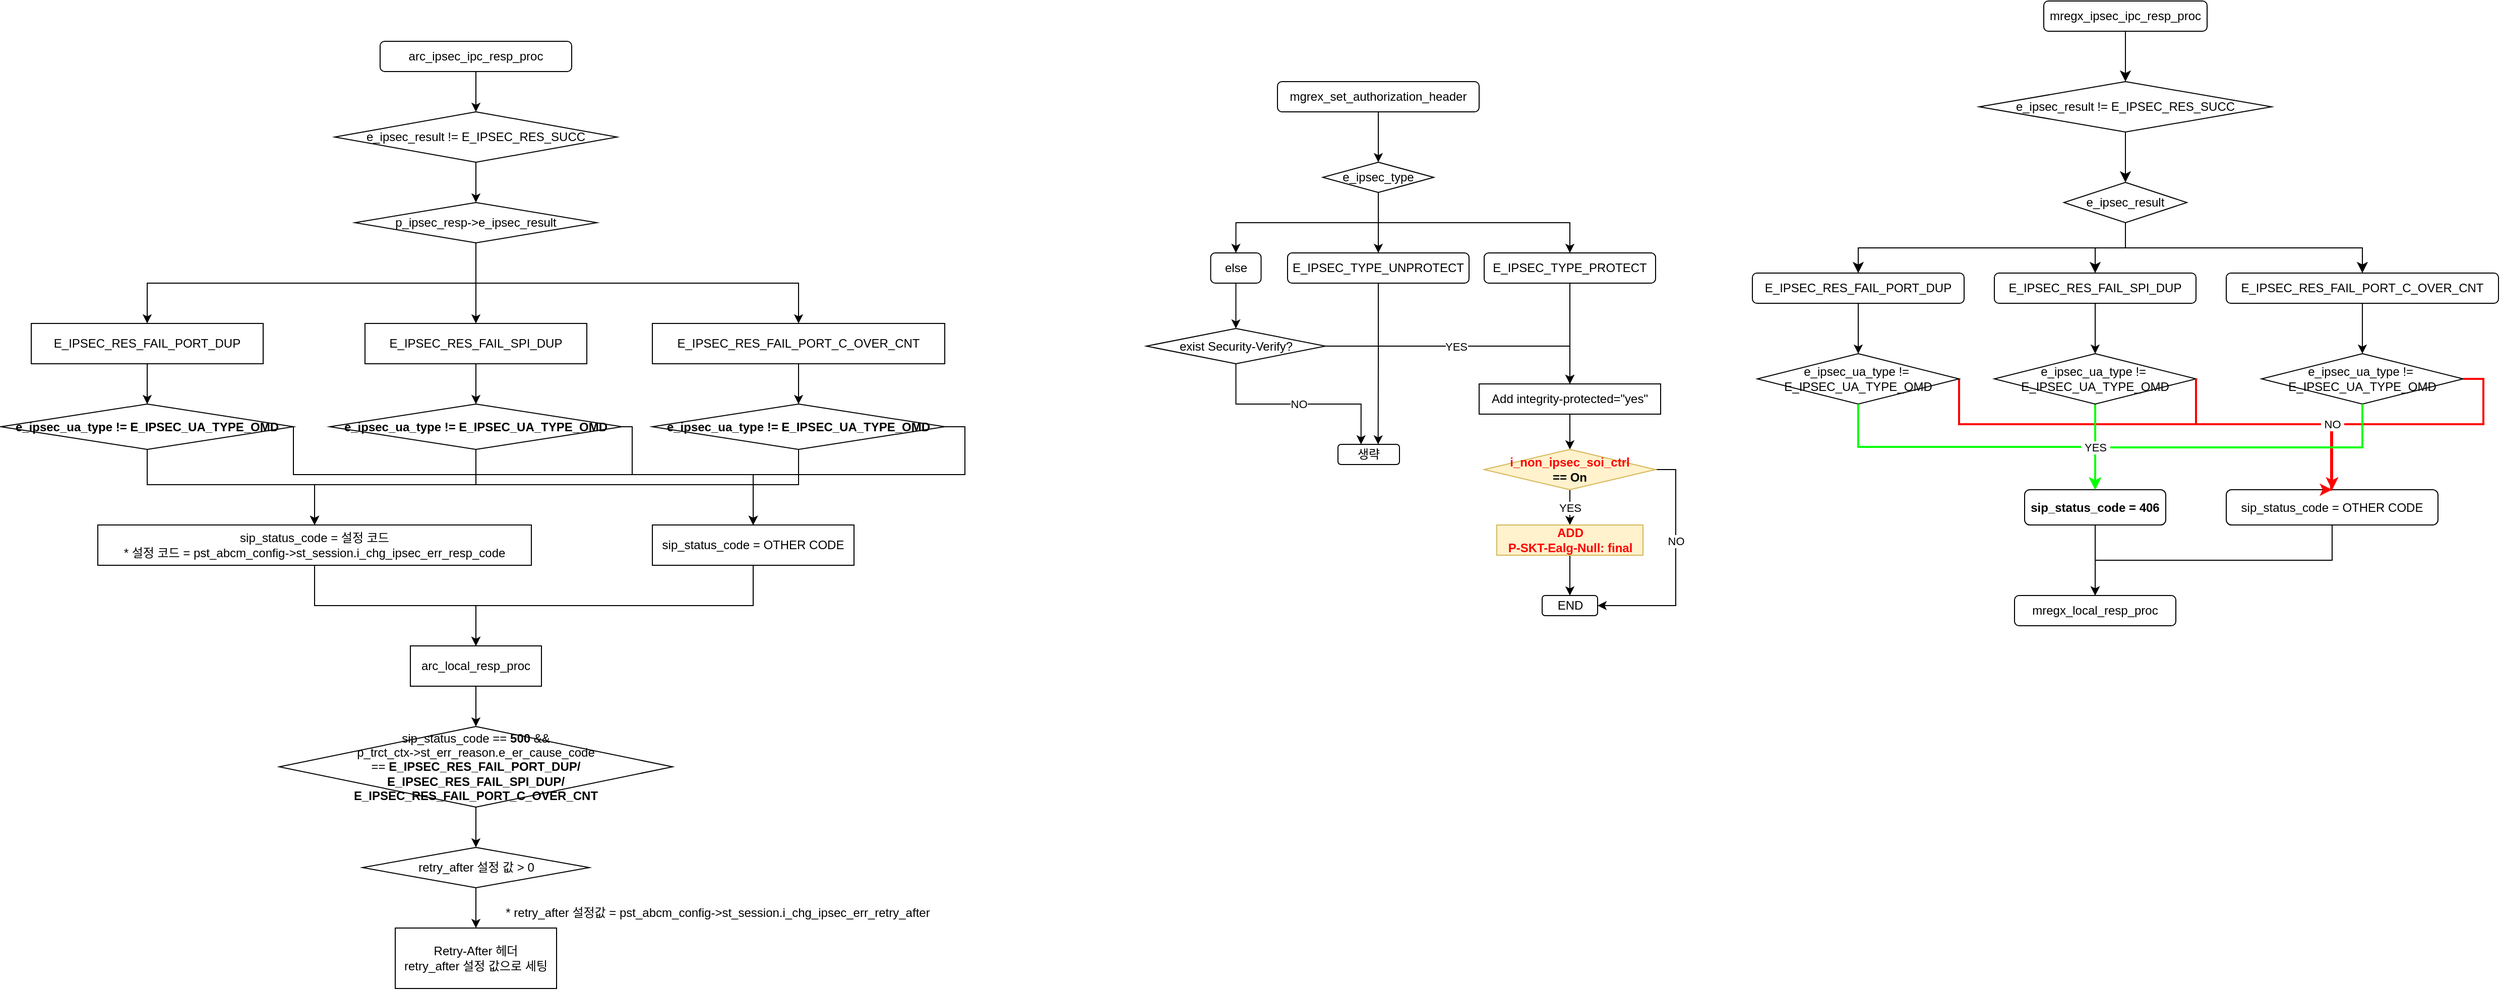
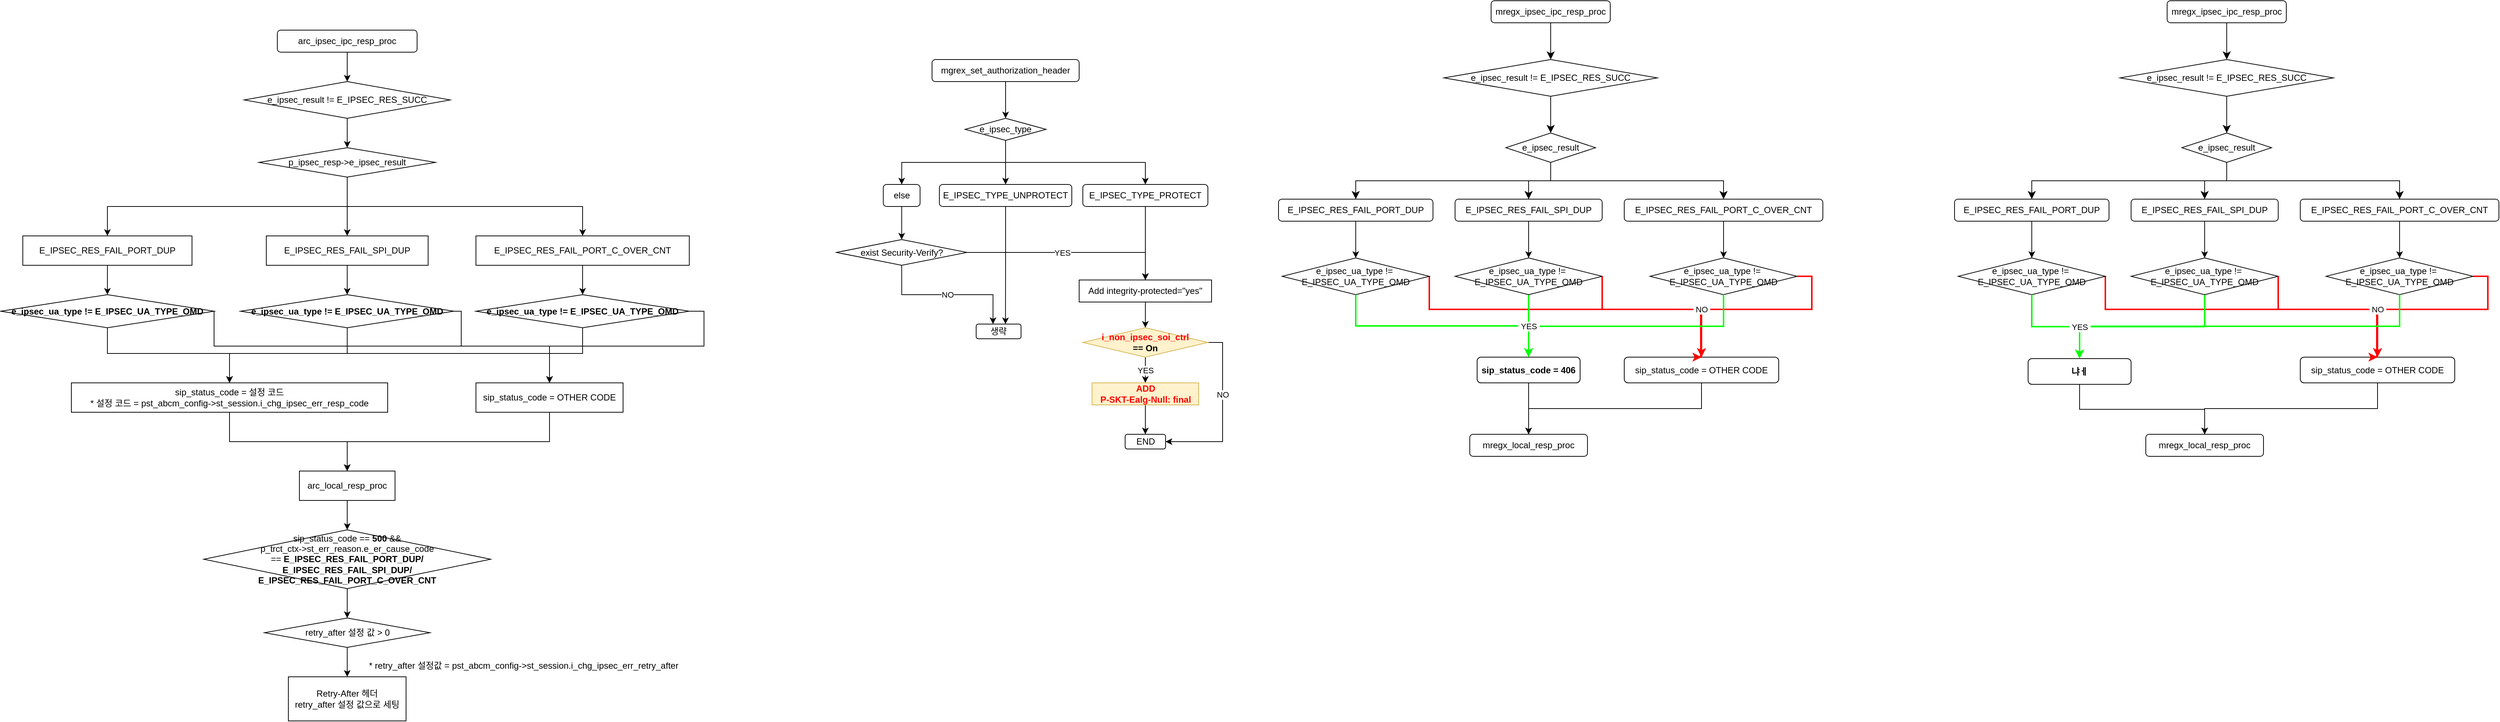
<mxfile host="app.diagrams.net">
  <diagram name="페이지-1" id="m8fQX8wD3sIqdr1Rjxz5">
    <mxGraphModel dx="2315" dy="782" grid="1" gridSize="10" guides="1" tooltips="1" connect="1" arrows="1" fold="1" page="1" pageScale="1" pageWidth="827" pageHeight="1169" math="0" shadow="0">
      <root>
        <mxCell id="0" />
        <mxCell id="1" parent="0" />
        <mxCell id="ojS5_yHJFsPbv8XDm5Tb-1" edge="1" parent="1" source="ojS5_yHJFsPbv8XDm5Tb-2" style="edgeStyle=orthogonalEdgeStyle;rounded=0;orthogonalLoop=1;jettySize=auto;html=1;exitX=0.5;exitY=1;exitDx=0;exitDy=0;entryX=0.5;entryY=0;entryDx=0;entryDy=0;labelBackgroundColor=none;fontColor=default;" target="ojS5_yHJFsPbv8XDm5Tb-4">
          <mxGeometry relative="1" as="geometry" />
        </mxCell>
        <mxCell id="ojS5_yHJFsPbv8XDm5Tb-2" parent="1" style="rounded=1;whiteSpace=wrap;html=1;labelBackgroundColor=none;" value="arc_ipsec_ipc_resp_proc" vertex="1">
          <mxGeometry height="30" width="190" x="350" y="120" as="geometry" />
        </mxCell>
        <mxCell id="ojS5_yHJFsPbv8XDm5Tb-3" edge="1" parent="1" source="ojS5_yHJFsPbv8XDm5Tb-4" style="edgeStyle=orthogonalEdgeStyle;rounded=0;orthogonalLoop=1;jettySize=auto;html=1;exitX=0.5;exitY=1;exitDx=0;exitDy=0;entryX=0.5;entryY=0;entryDx=0;entryDy=0;labelBackgroundColor=none;fontColor=default;" target="ojS5_yHJFsPbv8XDm5Tb-8">
          <mxGeometry relative="1" as="geometry" />
        </mxCell>
        <mxCell id="ojS5_yHJFsPbv8XDm5Tb-4" parent="1" style="rhombus;whiteSpace=wrap;html=1;labelBackgroundColor=none;" value="e_ipsec_result != E_IPSEC_RES_SUCC" vertex="1">
          <mxGeometry height="50" width="280" x="305" y="190" as="geometry" />
        </mxCell>
        <mxCell id="ojS5_yHJFsPbv8XDm5Tb-5" edge="1" parent="1" source="ojS5_yHJFsPbv8XDm5Tb-8" style="edgeStyle=orthogonalEdgeStyle;rounded=0;orthogonalLoop=1;jettySize=auto;html=1;exitX=0.5;exitY=1;exitDx=0;exitDy=0;entryX=0.5;entryY=0;entryDx=0;entryDy=0;labelBackgroundColor=none;fontColor=default;" target="ojS5_yHJFsPbv8XDm5Tb-10">
          <mxGeometry relative="1" as="geometry" />
        </mxCell>
        <mxCell id="ojS5_yHJFsPbv8XDm5Tb-6" edge="1" parent="1" source="ojS5_yHJFsPbv8XDm5Tb-8" style="edgeStyle=orthogonalEdgeStyle;rounded=0;orthogonalLoop=1;jettySize=auto;html=1;exitX=0.5;exitY=1;exitDx=0;exitDy=0;entryX=0.5;entryY=0;entryDx=0;entryDy=0;labelBackgroundColor=none;fontColor=default;" target="ojS5_yHJFsPbv8XDm5Tb-12">
          <mxGeometry relative="1" as="geometry" />
        </mxCell>
        <mxCell id="ojS5_yHJFsPbv8XDm5Tb-7" edge="1" parent="1" source="ojS5_yHJFsPbv8XDm5Tb-8" style="edgeStyle=orthogonalEdgeStyle;rounded=0;orthogonalLoop=1;jettySize=auto;html=1;exitX=0.5;exitY=1;exitDx=0;exitDy=0;entryX=0.5;entryY=0;entryDx=0;entryDy=0;labelBackgroundColor=none;fontColor=default;" target="ojS5_yHJFsPbv8XDm5Tb-14">
          <mxGeometry relative="1" as="geometry" />
        </mxCell>
        <mxCell id="ojS5_yHJFsPbv8XDm5Tb-8" parent="1" style="rhombus;whiteSpace=wrap;html=1;labelBackgroundColor=none;" value="p_ipsec_resp-&amp;gt;e_ipsec_result" vertex="1">
          <mxGeometry height="40" width="240" x="325" y="280" as="geometry" />
        </mxCell>
        <mxCell id="ojS5_yHJFsPbv8XDm5Tb-9" edge="1" parent="1" source="ojS5_yHJFsPbv8XDm5Tb-10" style="edgeStyle=orthogonalEdgeStyle;rounded=0;orthogonalLoop=1;jettySize=auto;html=1;exitX=0.5;exitY=1;exitDx=0;exitDy=0;entryX=0.5;entryY=0;entryDx=0;entryDy=0;labelBackgroundColor=none;fontColor=default;" target="ojS5_yHJFsPbv8XDm5Tb-17">
          <mxGeometry relative="1" as="geometry" />
        </mxCell>
        <mxCell id="ojS5_yHJFsPbv8XDm5Tb-10" parent="1" style="rounded=0;whiteSpace=wrap;html=1;labelBackgroundColor=none;" value="E_IPSEC_RES_FAIL_PORT_DUP" vertex="1">
          <mxGeometry height="40" width="230" x="4" y="400" as="geometry" />
        </mxCell>
        <mxCell id="ojS5_yHJFsPbv8XDm5Tb-11" edge="1" parent="1" source="ojS5_yHJFsPbv8XDm5Tb-12" style="edgeStyle=orthogonalEdgeStyle;rounded=0;orthogonalLoop=1;jettySize=auto;html=1;exitX=0.5;exitY=1;exitDx=0;exitDy=0;entryX=0.5;entryY=0;entryDx=0;entryDy=0;labelBackgroundColor=none;fontColor=default;" target="ojS5_yHJFsPbv8XDm5Tb-20">
          <mxGeometry relative="1" as="geometry" />
        </mxCell>
        <mxCell id="ojS5_yHJFsPbv8XDm5Tb-12" parent="1" style="rounded=0;whiteSpace=wrap;html=1;labelBackgroundColor=none;" value="E_IPSEC_RES_FAIL_SPI_DUP" vertex="1">
          <mxGeometry height="40" width="220" x="335" y="400" as="geometry" />
        </mxCell>
        <mxCell id="ojS5_yHJFsPbv8XDm5Tb-13" edge="1" parent="1" source="ojS5_yHJFsPbv8XDm5Tb-14" style="edgeStyle=orthogonalEdgeStyle;rounded=0;orthogonalLoop=1;jettySize=auto;html=1;exitX=0.5;exitY=1;exitDx=0;exitDy=0;entryX=0.5;entryY=0;entryDx=0;entryDy=0;labelBackgroundColor=none;fontColor=default;" target="ojS5_yHJFsPbv8XDm5Tb-23">
          <mxGeometry relative="1" as="geometry" />
        </mxCell>
        <mxCell id="ojS5_yHJFsPbv8XDm5Tb-14" parent="1" style="rounded=0;whiteSpace=wrap;html=1;labelBackgroundColor=none;" value="E_IPSEC_RES_FAIL_PORT_C_OVER_CNT" vertex="1">
          <mxGeometry height="40" width="290" x="620" y="400" as="geometry" />
        </mxCell>
        <mxCell id="ojS5_yHJFsPbv8XDm5Tb-15" edge="1" parent="1" source="ojS5_yHJFsPbv8XDm5Tb-17" style="edgeStyle=orthogonalEdgeStyle;rounded=0;orthogonalLoop=1;jettySize=auto;html=1;exitX=1;exitY=0.5;exitDx=0;exitDy=0;entryX=0.5;entryY=0;entryDx=0;entryDy=0;labelBackgroundColor=none;fontColor=default;" target="ojS5_yHJFsPbv8XDm5Tb-27">
          <mxGeometry relative="1" as="geometry">
            <Array as="points">
              <mxPoint x="264" y="550" />
              <mxPoint x="720" y="550" />
            </Array>
          </mxGeometry>
        </mxCell>
        <mxCell id="ojS5_yHJFsPbv8XDm5Tb-16" edge="1" parent="1" source="ojS5_yHJFsPbv8XDm5Tb-17" style="edgeStyle=orthogonalEdgeStyle;rounded=0;orthogonalLoop=1;jettySize=auto;html=1;exitX=0.5;exitY=1;exitDx=0;exitDy=0;entryX=0.5;entryY=0;entryDx=0;entryDy=0;labelBackgroundColor=none;fontColor=default;" target="ojS5_yHJFsPbv8XDm5Tb-25">
          <mxGeometry relative="1" as="geometry">
            <Array as="points">
              <mxPoint x="119" y="560" />
              <mxPoint x="285" y="560" />
            </Array>
          </mxGeometry>
        </mxCell>
        <mxCell id="ojS5_yHJFsPbv8XDm5Tb-17" parent="1" style="rhombus;whiteSpace=wrap;html=1;labelBackgroundColor=none;" value="&lt;b&gt;e_ipsec_ua_type != E_IPSEC_UA_TYPE_OMD&lt;/b&gt;" vertex="1">
          <mxGeometry height="45" width="290" x="-26" y="480" as="geometry" />
        </mxCell>
        <mxCell id="ojS5_yHJFsPbv8XDm5Tb-18" edge="1" parent="1" source="ojS5_yHJFsPbv8XDm5Tb-20" style="edgeStyle=orthogonalEdgeStyle;rounded=0;orthogonalLoop=1;jettySize=auto;html=1;exitX=1;exitY=0.5;exitDx=0;exitDy=0;entryX=0.5;entryY=0;entryDx=0;entryDy=0;labelBackgroundColor=none;fontColor=default;" target="ojS5_yHJFsPbv8XDm5Tb-27">
          <mxGeometry relative="1" as="geometry">
            <Array as="points">
              <mxPoint x="600" y="503" />
              <mxPoint x="600" y="550" />
              <mxPoint x="720" y="550" />
            </Array>
          </mxGeometry>
        </mxCell>
        <mxCell id="ojS5_yHJFsPbv8XDm5Tb-19" edge="1" parent="1" source="ojS5_yHJFsPbv8XDm5Tb-20" style="edgeStyle=orthogonalEdgeStyle;rounded=0;orthogonalLoop=1;jettySize=auto;html=1;exitX=0.5;exitY=1;exitDx=0;exitDy=0;entryX=0.5;entryY=0;entryDx=0;entryDy=0;labelBackgroundColor=none;fontColor=default;" target="ojS5_yHJFsPbv8XDm5Tb-25">
          <mxGeometry relative="1" as="geometry">
            <Array as="points">
              <mxPoint x="445" y="560" />
              <mxPoint x="285" y="560" />
            </Array>
          </mxGeometry>
        </mxCell>
        <mxCell id="ojS5_yHJFsPbv8XDm5Tb-20" parent="1" style="rhombus;whiteSpace=wrap;html=1;labelBackgroundColor=none;" value="&lt;b&gt;e_ipsec_ua_type != E_IPSEC_UA_TYPE_OMD&lt;/b&gt;" vertex="1">
          <mxGeometry height="45" width="290" x="300" y="480" as="geometry" />
        </mxCell>
        <mxCell id="ojS5_yHJFsPbv8XDm5Tb-21" edge="1" parent="1" source="ojS5_yHJFsPbv8XDm5Tb-23" style="edgeStyle=orthogonalEdgeStyle;rounded=0;orthogonalLoop=1;jettySize=auto;html=1;exitX=1;exitY=0.5;exitDx=0;exitDy=0;entryX=0.5;entryY=0;entryDx=0;entryDy=0;labelBackgroundColor=none;fontColor=default;" target="ojS5_yHJFsPbv8XDm5Tb-27">
          <mxGeometry relative="1" as="geometry">
            <Array as="points">
              <mxPoint x="930" y="503" />
              <mxPoint x="930" y="550" />
              <mxPoint x="720" y="550" />
            </Array>
          </mxGeometry>
        </mxCell>
        <mxCell id="ojS5_yHJFsPbv8XDm5Tb-22" edge="1" parent="1" source="ojS5_yHJFsPbv8XDm5Tb-23" style="edgeStyle=orthogonalEdgeStyle;rounded=0;orthogonalLoop=1;jettySize=auto;html=1;exitX=0.5;exitY=1;exitDx=0;exitDy=0;entryX=0.5;entryY=0;entryDx=0;entryDy=0;labelBackgroundColor=none;fontColor=default;" target="ojS5_yHJFsPbv8XDm5Tb-25">
          <mxGeometry relative="1" as="geometry">
            <Array as="points">
              <mxPoint x="765" y="560" />
              <mxPoint x="285" y="560" />
            </Array>
          </mxGeometry>
        </mxCell>
        <mxCell id="ojS5_yHJFsPbv8XDm5Tb-23" parent="1" style="rhombus;whiteSpace=wrap;html=1;labelBackgroundColor=none;" value="&lt;b&gt;e_ipsec_ua_type != E_IPSEC_UA_TYPE_OMD&lt;/b&gt;" vertex="1">
          <mxGeometry height="45" width="290" x="620" y="480" as="geometry" />
        </mxCell>
        <mxCell id="ojS5_yHJFsPbv8XDm5Tb-24" edge="1" parent="1" source="ojS5_yHJFsPbv8XDm5Tb-25" style="edgeStyle=orthogonalEdgeStyle;rounded=0;orthogonalLoop=1;jettySize=auto;html=1;exitX=0.5;exitY=1;exitDx=0;exitDy=0;entryX=0.5;entryY=0;entryDx=0;entryDy=0;labelBackgroundColor=none;fontColor=default;" target="ojS5_yHJFsPbv8XDm5Tb-29">
          <mxGeometry relative="1" as="geometry" />
        </mxCell>
        <mxCell id="ojS5_yHJFsPbv8XDm5Tb-25" parent="1" style="rounded=0;whiteSpace=wrap;html=1;labelBackgroundColor=none;" value="sip_status_code = 설정 코드&lt;div&gt;* 설정 코드 = pst_abcm_config-&amp;gt;st_session.i_chg_ipsec_err_resp_code&lt;/div&gt;" vertex="1">
          <mxGeometry height="40" width="430" x="70" y="600" as="geometry" />
        </mxCell>
        <mxCell id="ojS5_yHJFsPbv8XDm5Tb-26" edge="1" parent="1" source="ojS5_yHJFsPbv8XDm5Tb-27" style="edgeStyle=orthogonalEdgeStyle;rounded=0;orthogonalLoop=1;jettySize=auto;html=1;exitX=0.5;exitY=1;exitDx=0;exitDy=0;entryX=0.5;entryY=0;entryDx=0;entryDy=0;labelBackgroundColor=none;fontColor=default;" target="ojS5_yHJFsPbv8XDm5Tb-29">
          <mxGeometry relative="1" as="geometry" />
        </mxCell>
        <mxCell id="ojS5_yHJFsPbv8XDm5Tb-27" parent="1" style="rounded=0;whiteSpace=wrap;html=1;labelBackgroundColor=none;" value="sip_status_code = OTHER CODE" vertex="1">
          <mxGeometry height="40" width="200" x="620" y="600" as="geometry" />
        </mxCell>
        <mxCell id="ojS5_yHJFsPbv8XDm5Tb-28" edge="1" parent="1" source="ojS5_yHJFsPbv8XDm5Tb-29" style="edgeStyle=orthogonalEdgeStyle;rounded=0;orthogonalLoop=1;jettySize=auto;html=1;exitX=0.5;exitY=1;exitDx=0;exitDy=0;entryX=0.5;entryY=0;entryDx=0;entryDy=0;labelBackgroundColor=none;fontColor=default;" target="ojS5_yHJFsPbv8XDm5Tb-31">
          <mxGeometry relative="1" as="geometry" />
        </mxCell>
        <mxCell id="ojS5_yHJFsPbv8XDm5Tb-29" parent="1" style="rounded=0;whiteSpace=wrap;html=1;labelBackgroundColor=none;" value="arc_local_resp_proc" vertex="1">
          <mxGeometry height="40" width="130" x="380" y="720" as="geometry" />
        </mxCell>
        <mxCell id="ojS5_yHJFsPbv8XDm5Tb-30" edge="1" parent="1" source="ojS5_yHJFsPbv8XDm5Tb-31" style="edgeStyle=orthogonalEdgeStyle;rounded=0;orthogonalLoop=1;jettySize=auto;html=1;exitX=0.5;exitY=1;exitDx=0;exitDy=0;entryX=0.5;entryY=0;entryDx=0;entryDy=0;labelBackgroundColor=none;fontColor=default;" target="ojS5_yHJFsPbv8XDm5Tb-33">
          <mxGeometry relative="1" as="geometry" />
        </mxCell>
        <mxCell id="ojS5_yHJFsPbv8XDm5Tb-31" parent="1" style="rhombus;whiteSpace=wrap;html=1;labelBackgroundColor=none;" value="sip_status_code == &lt;b&gt;500&lt;/b&gt; &amp;amp;&amp;amp;&lt;div&gt;p_trct_ctx-&amp;gt;st_err_reason.e_er_cause_code ==&amp;nbsp;&lt;span style=&quot;background-color: transparent; color: light-dark(rgb(0, 0, 0), rgb(255, 255, 255));&quot;&gt;&lt;b&gt;E_IPSEC_RES_FAIL_PORT_DUP/&lt;/b&gt;&lt;/span&gt;&lt;/div&gt;&lt;div&gt;&lt;b&gt;E_IPSEC_RES_FAIL_SPI_DUP/&lt;span style=&quot;background-color: transparent; color: light-dark(rgb(0, 0, 0), rgb(255, 255, 255));&quot;&gt;&lt;/span&gt;&lt;/b&gt;&lt;/div&gt;&lt;div&gt;&lt;b&gt;E_IPSEC_RES_FAIL_PORT_C_OVER_CNT&lt;/b&gt;&lt;/div&gt;" vertex="1">
          <mxGeometry height="80" width="390" x="250" y="800" as="geometry" />
        </mxCell>
        <mxCell id="ojS5_yHJFsPbv8XDm5Tb-32" edge="1" parent="1" source="ojS5_yHJFsPbv8XDm5Tb-33" style="edgeStyle=orthogonalEdgeStyle;rounded=0;orthogonalLoop=1;jettySize=auto;html=1;exitX=0.5;exitY=1;exitDx=0;exitDy=0;entryX=0.5;entryY=0;entryDx=0;entryDy=0;labelBackgroundColor=none;fontColor=default;" target="ojS5_yHJFsPbv8XDm5Tb-35">
          <mxGeometry relative="1" as="geometry" />
        </mxCell>
        <mxCell id="ojS5_yHJFsPbv8XDm5Tb-33" parent="1" style="rhombus;whiteSpace=wrap;html=1;labelBackgroundColor=none;" value="retry_after 설정 값 &amp;gt; 0" vertex="1">
          <mxGeometry height="40" width="225" x="332.5" y="920" as="geometry" />
        </mxCell>
        <mxCell id="ojS5_yHJFsPbv8XDm5Tb-34" parent="1" style="text;html=1;whiteSpace=wrap;strokeColor=none;fillColor=none;align=center;verticalAlign=middle;rounded=0;labelBackgroundColor=none;" value="* retry_after 설정값 =&amp;nbsp;pst_abcm_config-&amp;gt;st_session.i_chg_ipsec_err_retry_after" vertex="1">
          <mxGeometry height="30" width="450" x="460" y="970" as="geometry" />
        </mxCell>
        <mxCell id="ojS5_yHJFsPbv8XDm5Tb-35" parent="1" style="rounded=0;whiteSpace=wrap;html=1;labelBackgroundColor=none;" value="Retry-After 헤더&lt;div&gt;retry_after 설정 값으로 세팅&lt;/div&gt;" vertex="1">
          <mxGeometry height="60" width="160" x="365" y="1000" as="geometry" />
        </mxCell>
        <mxCell id="ojS5_yHJFsPbv8XDm5Tb-36" edge="1" parent="1" source="ojS5_yHJFsPbv8XDm5Tb-37" style="edgeStyle=orthogonalEdgeStyle;rounded=0;orthogonalLoop=1;jettySize=auto;html=1;exitX=0.5;exitY=1;exitDx=0;exitDy=0;entryX=0.5;entryY=0;entryDx=0;entryDy=0;labelBackgroundColor=none;fontColor=default;" target="ojS5_yHJFsPbv8XDm5Tb-41">
          <mxGeometry relative="1" as="geometry" />
        </mxCell>
        <mxCell id="ojS5_yHJFsPbv8XDm5Tb-37" parent="1" style="rounded=1;whiteSpace=wrap;html=1;labelBackgroundColor=none;" value="mgrex_set_authorization_header" vertex="1">
          <mxGeometry height="30" width="200" x="1240" y="160" as="geometry" />
        </mxCell>
        <mxCell id="ojS5_yHJFsPbv8XDm5Tb-38" edge="1" parent="1" source="ojS5_yHJFsPbv8XDm5Tb-41" style="edgeStyle=orthogonalEdgeStyle;rounded=0;orthogonalLoop=1;jettySize=auto;html=1;exitX=0.5;exitY=1;exitDx=0;exitDy=0;entryX=0.5;entryY=0;entryDx=0;entryDy=0;labelBackgroundColor=none;fontColor=default;" target="ojS5_yHJFsPbv8XDm5Tb-43">
          <mxGeometry relative="1" as="geometry" />
        </mxCell>
        <mxCell id="ojS5_yHJFsPbv8XDm5Tb-39" edge="1" parent="1" source="ojS5_yHJFsPbv8XDm5Tb-41" style="edgeStyle=orthogonalEdgeStyle;rounded=0;orthogonalLoop=1;jettySize=auto;html=1;exitX=0.5;exitY=1;exitDx=0;exitDy=0;entryX=0.5;entryY=0;entryDx=0;entryDy=0;labelBackgroundColor=none;fontColor=default;" target="ojS5_yHJFsPbv8XDm5Tb-45">
          <mxGeometry relative="1" as="geometry" />
        </mxCell>
        <mxCell id="ojS5_yHJFsPbv8XDm5Tb-40" edge="1" parent="1" source="ojS5_yHJFsPbv8XDm5Tb-41" style="edgeStyle=orthogonalEdgeStyle;rounded=0;orthogonalLoop=1;jettySize=auto;html=1;exitX=0.5;exitY=1;exitDx=0;exitDy=0;entryX=0.5;entryY=0;entryDx=0;entryDy=0;labelBackgroundColor=none;fontColor=default;" target="ojS5_yHJFsPbv8XDm5Tb-47">
          <mxGeometry relative="1" as="geometry" />
        </mxCell>
        <mxCell id="ojS5_yHJFsPbv8XDm5Tb-41" parent="1" style="rhombus;whiteSpace=wrap;html=1;labelBackgroundColor=none;" value="e_ipsec_type" vertex="1">
          <mxGeometry height="30" width="110" x="1285" y="240" as="geometry" />
        </mxCell>
        <mxCell id="ojS5_yHJFsPbv8XDm5Tb-42" edge="1" parent="1" source="ojS5_yHJFsPbv8XDm5Tb-43" style="edgeStyle=orthogonalEdgeStyle;rounded=0;orthogonalLoop=1;jettySize=auto;html=1;exitX=0.5;exitY=1;exitDx=0;exitDy=0;entryX=0.5;entryY=0;entryDx=0;entryDy=0;labelBackgroundColor=none;fontColor=default;" target="ojS5_yHJFsPbv8XDm5Tb-49">
          <mxGeometry relative="1" as="geometry" />
        </mxCell>
        <mxCell id="ojS5_yHJFsPbv8XDm5Tb-43" parent="1" style="rounded=1;whiteSpace=wrap;html=1;labelBackgroundColor=none;" value="E_IPSEC_TYPE_PROTECT" vertex="1">
          <mxGeometry height="30" width="170" x="1445" y="330" as="geometry" />
        </mxCell>
        <mxCell id="ojS5_yHJFsPbv8XDm5Tb-44" edge="1" parent="1" source="ojS5_yHJFsPbv8XDm5Tb-45" style="edgeStyle=orthogonalEdgeStyle;rounded=0;orthogonalLoop=1;jettySize=auto;html=1;exitX=0.5;exitY=1;exitDx=0;exitDy=0;entryX=0.653;entryY=0.002;entryDx=0;entryDy=0;entryPerimeter=0;" target="ojS5_yHJFsPbv8XDm5Tb-59">
          <mxGeometry relative="1" as="geometry">
            <mxPoint x="1339.9411764705883" y="520" as="targetPoint" />
          </mxGeometry>
        </mxCell>
        <mxCell id="ojS5_yHJFsPbv8XDm5Tb-45" parent="1" style="rounded=1;whiteSpace=wrap;html=1;labelBackgroundColor=none;" value="E_IPSEC_TYPE_UNPROTECT" vertex="1">
          <mxGeometry height="30" width="180" x="1250" y="330" as="geometry" />
        </mxCell>
        <mxCell id="ojS5_yHJFsPbv8XDm5Tb-46" edge="1" parent="1" source="ojS5_yHJFsPbv8XDm5Tb-47" style="edgeStyle=orthogonalEdgeStyle;rounded=0;orthogonalLoop=1;jettySize=auto;html=1;exitX=0.5;exitY=1;exitDx=0;exitDy=0;entryX=0.5;entryY=0;entryDx=0;entryDy=0;" target="ojS5_yHJFsPbv8XDm5Tb-58">
          <mxGeometry relative="1" as="geometry" />
        </mxCell>
        <mxCell id="ojS5_yHJFsPbv8XDm5Tb-47" parent="1" style="rounded=1;whiteSpace=wrap;html=1;labelBackgroundColor=none;" value="else" vertex="1">
          <mxGeometry height="30" width="50" x="1173.75" y="330" as="geometry" />
        </mxCell>
        <mxCell id="ojS5_yHJFsPbv8XDm5Tb-48" edge="1" parent="1" source="ojS5_yHJFsPbv8XDm5Tb-49" style="edgeStyle=orthogonalEdgeStyle;rounded=0;orthogonalLoop=1;jettySize=auto;html=1;exitX=0.5;exitY=1;exitDx=0;exitDy=0;entryX=0.5;entryY=0;entryDx=0;entryDy=0;" target="ojS5_yHJFsPbv8XDm5Tb-52">
          <mxGeometry relative="1" as="geometry" />
        </mxCell>
        <mxCell id="ojS5_yHJFsPbv8XDm5Tb-49" parent="1" style="rounded=0;whiteSpace=wrap;html=1;labelBackgroundColor=none;" value="Add integrity-protected=&quot;yes&quot;" vertex="1">
          <mxGeometry height="30" width="180" x="1440" y="460" as="geometry" />
        </mxCell>
        <mxCell id="ojS5_yHJFsPbv8XDm5Tb-50" edge="1" parent="1" source="ojS5_yHJFsPbv8XDm5Tb-52" style="edgeStyle=orthogonalEdgeStyle;rounded=0;orthogonalLoop=1;jettySize=auto;html=1;exitX=0.5;exitY=1;exitDx=0;exitDy=0;entryX=0.5;entryY=0;entryDx=0;entryDy=0;" target="ojS5_yHJFsPbv8XDm5Tb-54" value="YES">
          <mxGeometry relative="1" as="geometry" />
        </mxCell>
        <mxCell id="ojS5_yHJFsPbv8XDm5Tb-51" edge="1" parent="1" source="ojS5_yHJFsPbv8XDm5Tb-52" style="edgeStyle=orthogonalEdgeStyle;rounded=0;orthogonalLoop=1;jettySize=auto;html=1;exitX=1;exitY=0.5;exitDx=0;exitDy=0;entryX=1;entryY=0.5;entryDx=0;entryDy=0;" target="ojS5_yHJFsPbv8XDm5Tb-55" value="NO">
          <mxGeometry relative="1" x="-0.2233" as="geometry">
            <mxPoint as="offset" />
          </mxGeometry>
        </mxCell>
        <mxCell id="ojS5_yHJFsPbv8XDm5Tb-52" parent="1" style="rhombus;whiteSpace=wrap;html=1;fillColor=#fff2cc;strokeColor=#d6b656;" value="&lt;b&gt;&lt;font style=&quot;color: rgb(255, 0, 0);&quot;&gt;i_non_ipsec_soi_ctrl&lt;/font&gt;&lt;br&gt;== On&lt;/b&gt;" vertex="1">
          <mxGeometry height="40" width="170" x="1445" y="525" as="geometry" />
        </mxCell>
        <mxCell id="ojS5_yHJFsPbv8XDm5Tb-53" edge="1" parent="1" source="ojS5_yHJFsPbv8XDm5Tb-54" style="edgeStyle=orthogonalEdgeStyle;rounded=0;orthogonalLoop=1;jettySize=auto;html=1;exitX=0.5;exitY=1;exitDx=0;exitDy=0;entryX=0.5;entryY=0;entryDx=0;entryDy=0;" target="ojS5_yHJFsPbv8XDm5Tb-55">
          <mxGeometry relative="1" as="geometry" />
        </mxCell>
        <mxCell id="ojS5_yHJFsPbv8XDm5Tb-54" parent="1" style="rounded=0;whiteSpace=wrap;html=1;fillColor=#fff2cc;strokeColor=#d6b656;" value="&lt;b&gt;&lt;font style=&quot;color: rgb(255, 0, 0);&quot;&gt;ADD&lt;/font&gt;&lt;/b&gt;&lt;div&gt;&lt;b&gt;&lt;font style=&quot;color: rgb(255, 0, 0);&quot;&gt;P-SKT-Ealg-Null: final&lt;/font&gt;&lt;/b&gt;&lt;/div&gt;" vertex="1">
          <mxGeometry height="30" width="145" x="1457.5" y="600" as="geometry" />
        </mxCell>
        <mxCell id="ojS5_yHJFsPbv8XDm5Tb-55" parent="1" style="rounded=1;whiteSpace=wrap;html=1;" value="END" vertex="1">
          <mxGeometry height="20" width="55" x="1502.5" y="670" as="geometry" />
        </mxCell>
        <mxCell id="ojS5_yHJFsPbv8XDm5Tb-56" edge="1" parent="1" source="ojS5_yHJFsPbv8XDm5Tb-58" style="edgeStyle=orthogonalEdgeStyle;rounded=0;orthogonalLoop=1;jettySize=auto;html=1;exitX=1;exitY=0.5;exitDx=0;exitDy=0;entryX=0.5;entryY=0;entryDx=0;entryDy=0;" target="ojS5_yHJFsPbv8XDm5Tb-49" value="YES">
          <mxGeometry relative="1" x="-0.0774" as="geometry">
            <mxPoint as="offset" />
          </mxGeometry>
        </mxCell>
        <mxCell id="ojS5_yHJFsPbv8XDm5Tb-57" edge="1" parent="1" source="ojS5_yHJFsPbv8XDm5Tb-58" style="edgeStyle=orthogonalEdgeStyle;rounded=0;orthogonalLoop=1;jettySize=auto;html=1;exitX=0.5;exitY=1;exitDx=0;exitDy=0;entryX=0.375;entryY=-0.001;entryDx=0;entryDy=0;entryPerimeter=0;" target="ojS5_yHJFsPbv8XDm5Tb-59" value="NO">
          <mxGeometry relative="1" as="geometry">
            <mxPoint x="1175.1176470588234" y="520" as="targetPoint" />
          </mxGeometry>
        </mxCell>
        <mxCell id="ojS5_yHJFsPbv8XDm5Tb-58" parent="1" style="rhombus;whiteSpace=wrap;html=1;" value="exist&amp;nbsp;&lt;span style=&quot;background-color: transparent; color: light-dark(rgb(0, 0, 0), rgb(255, 255, 255));&quot;&gt;Security-Verify?&lt;/span&gt;" vertex="1">
          <mxGeometry height="35" width="177.5" x="1110" y="405" as="geometry" />
        </mxCell>
        <mxCell id="ojS5_yHJFsPbv8XDm5Tb-59" parent="1" style="rounded=1;whiteSpace=wrap;html=1;" value="생략" vertex="1">
          <mxGeometry height="20" width="61" x="1300" y="520" as="geometry" />
        </mxCell>
        <mxCell id="v6OCQPZjq4ElUTE85C_Q-3" edge="1" parent="1" source="v6OCQPZjq4ElUTE85C_Q-1" style="edgeStyle=none;curved=1;rounded=0;orthogonalLoop=1;jettySize=auto;html=1;exitX=0.5;exitY=1;exitDx=0;exitDy=0;entryX=0.5;entryY=0;entryDx=0;entryDy=0;fontSize=12;startSize=8;endSize=8;" target="v6OCQPZjq4ElUTE85C_Q-2">
          <mxGeometry relative="1" as="geometry" />
        </mxCell>
        <mxCell id="v6OCQPZjq4ElUTE85C_Q-1" parent="1" style="rounded=1;whiteSpace=wrap;html=1;" value="mregx_ipsec_ipc_resp_proc" vertex="1">
          <mxGeometry height="30" width="162" x="2000" y="80" as="geometry" />
        </mxCell>
        <mxCell id="v6OCQPZjq4ElUTE85C_Q-5" edge="1" parent="1" source="v6OCQPZjq4ElUTE85C_Q-2" style="edgeStyle=none;curved=1;rounded=0;orthogonalLoop=1;jettySize=auto;html=1;exitX=0.5;exitY=1;exitDx=0;exitDy=0;entryX=0.5;entryY=0;entryDx=0;entryDy=0;fontSize=12;startSize=8;endSize=8;" target="v6OCQPZjq4ElUTE85C_Q-4">
          <mxGeometry relative="1" as="geometry" />
        </mxCell>
        <mxCell id="v6OCQPZjq4ElUTE85C_Q-2" parent="1" style="rhombus;whiteSpace=wrap;html=1;" value="e_ipsec_result != E_IPSEC_RES_SUCC" vertex="1">
          <mxGeometry height="50" width="290" x="1936" y="160" as="geometry" />
        </mxCell>
        <mxCell id="v6OCQPZjq4ElUTE85C_Q-12" edge="1" parent="1" source="v6OCQPZjq4ElUTE85C_Q-4" style="edgeStyle=orthogonalEdgeStyle;rounded=0;orthogonalLoop=1;jettySize=auto;html=1;exitX=0.5;exitY=1;exitDx=0;exitDy=0;entryX=0.5;entryY=0;entryDx=0;entryDy=0;fontSize=12;startSize=8;endSize=8;" target="v6OCQPZjq4ElUTE85C_Q-7">
          <mxGeometry relative="1" as="geometry" />
        </mxCell>
        <mxCell id="v6OCQPZjq4ElUTE85C_Q-13" edge="1" parent="1" source="v6OCQPZjq4ElUTE85C_Q-4" style="edgeStyle=orthogonalEdgeStyle;rounded=0;orthogonalLoop=1;jettySize=auto;html=1;exitX=0.5;exitY=1;exitDx=0;exitDy=0;entryX=0.5;entryY=0;entryDx=0;entryDy=0;fontSize=12;startSize=8;endSize=8;" target="v6OCQPZjq4ElUTE85C_Q-8">
          <mxGeometry relative="1" as="geometry" />
        </mxCell>
        <mxCell id="v6OCQPZjq4ElUTE85C_Q-4" parent="1" style="rhombus;whiteSpace=wrap;html=1;" value="e_ipsec_result" vertex="1">
          <mxGeometry height="40" width="122" x="2020" y="260" as="geometry" />
        </mxCell>
        <mxCell id="NGHdp_gngWH9yrq0Q0_0-2" edge="1" parent="1" source="v6OCQPZjq4ElUTE85C_Q-6" style="edgeStyle=orthogonalEdgeStyle;rounded=0;orthogonalLoop=1;jettySize=auto;html=1;exitX=0.5;exitY=1;exitDx=0;exitDy=0;entryX=0.5;entryY=0;entryDx=0;entryDy=0;" target="NGHdp_gngWH9yrq0Q0_0-1">
          <mxGeometry relative="1" as="geometry" />
        </mxCell>
        <mxCell id="v6OCQPZjq4ElUTE85C_Q-6" parent="1" style="rounded=1;whiteSpace=wrap;html=1;" value="E_IPSEC_RES_FAIL_PORT_DUP" vertex="1">
          <mxGeometry height="30" width="210" x="1711" y="350" as="geometry" />
        </mxCell>
        <mxCell id="NGHdp_gngWH9yrq0Q0_0-5" edge="1" parent="1" source="v6OCQPZjq4ElUTE85C_Q-7" style="edgeStyle=orthogonalEdgeStyle;rounded=0;orthogonalLoop=1;jettySize=auto;html=1;exitX=0.5;exitY=1;exitDx=0;exitDy=0;entryX=0.5;entryY=0;entryDx=0;entryDy=0;" target="NGHdp_gngWH9yrq0Q0_0-3">
          <mxGeometry relative="1" as="geometry" />
        </mxCell>
        <mxCell id="v6OCQPZjq4ElUTE85C_Q-7" parent="1" style="rounded=1;whiteSpace=wrap;html=1;" value="E_IPSEC_RES_FAIL_SPI_DUP" vertex="1">
          <mxGeometry height="30" width="200" x="1951" y="350" as="geometry" />
        </mxCell>
        <mxCell id="NGHdp_gngWH9yrq0Q0_0-6" edge="1" parent="1" source="v6OCQPZjq4ElUTE85C_Q-8" style="edgeStyle=orthogonalEdgeStyle;rounded=0;orthogonalLoop=1;jettySize=auto;html=1;exitX=0.5;exitY=1;exitDx=0;exitDy=0;entryX=0.5;entryY=0;entryDx=0;entryDy=0;" target="NGHdp_gngWH9yrq0Q0_0-4">
          <mxGeometry relative="1" as="geometry" />
        </mxCell>
        <mxCell id="v6OCQPZjq4ElUTE85C_Q-8" parent="1" style="rounded=1;whiteSpace=wrap;html=1;" value="E_IPSEC_RES_FAIL_PORT_C_OVER_CNT" vertex="1">
          <mxGeometry height="30" width="270" x="2181" y="350" as="geometry" />
        </mxCell>
        <mxCell id="v6OCQPZjq4ElUTE85C_Q-11" edge="1" parent="1" source="v6OCQPZjq4ElUTE85C_Q-4" style="endArrow=classic;html=1;rounded=0;fontSize=12;startSize=8;endSize=8;exitX=0.5;exitY=1;exitDx=0;exitDy=0;entryX=0.5;entryY=0;entryDx=0;entryDy=0;edgeStyle=orthogonalEdgeStyle;" target="v6OCQPZjq4ElUTE85C_Q-6" value="">
          <mxGeometry height="50" relative="1" width="50" as="geometry">
            <mxPoint x="1920" y="280" as="sourcePoint" />
            <mxPoint x="1970" y="230" as="targetPoint" />
          </mxGeometry>
        </mxCell>
        <mxCell id="NGHdp_gngWH9yrq0Q0_0-10" edge="1" parent="1" source="NGHdp_gngWH9yrq0Q0_0-1" style="edgeStyle=orthogonalEdgeStyle;rounded=0;orthogonalLoop=1;jettySize=auto;html=1;exitX=1;exitY=0.5;exitDx=0;exitDy=0;entryX=0.5;entryY=0;entryDx=0;entryDy=0;strokeColor=light-dark(#FF0000,#FF0000);strokeWidth=2;" target="NGHdp_gngWH9yrq0Q0_0-9">
          <mxGeometry relative="1" as="geometry">
            <Array as="points">
              <mxPoint x="1916" y="500" />
              <mxPoint x="2286" y="500" />
            </Array>
          </mxGeometry>
        </mxCell>
        <mxCell id="NGHdp_gngWH9yrq0Q0_0-1" parent="1" style="rhombus;whiteSpace=wrap;html=1;" value="e_ipsec_ua_type !=&amp;nbsp;&lt;div&gt;E_IPSEC_UA_TYPE_OMD&lt;/div&gt;" vertex="1">
          <mxGeometry height="50" width="200" x="1716" y="430" as="geometry" />
        </mxCell>
        <mxCell id="NGHdp_gngWH9yrq0Q0_0-14" edge="1" parent="1" source="NGHdp_gngWH9yrq0Q0_0-3" style="edgeStyle=orthogonalEdgeStyle;rounded=0;orthogonalLoop=1;jettySize=auto;html=1;exitX=0.5;exitY=1;exitDx=0;exitDy=0;entryX=0.5;entryY=0;entryDx=0;entryDy=0;strokeColor=light-dark(#00FF00,#00FF00);strokeWidth=2;" target="NGHdp_gngWH9yrq0Q0_0-8">
          <mxGeometry relative="1" as="geometry">
            <mxPoint x="2070" y="540" as="targetPoint" />
          </mxGeometry>
        </mxCell>
        <mxCell id="NGHdp_gngWH9yrq0Q0_0-3" parent="1" style="rhombus;whiteSpace=wrap;html=1;" value="e_ipsec_ua_type !=&amp;nbsp;&lt;div&gt;E_IPSEC_UA_TYPE_OMD&lt;/div&gt;" vertex="1">
          <mxGeometry height="50" width="200" x="1951" y="430" as="geometry" />
        </mxCell>
        <mxCell id="NGHdp_gngWH9yrq0Q0_0-4" parent="1" style="rhombus;whiteSpace=wrap;html=1;" value="e_ipsec_ua_type !=&amp;nbsp;&lt;div&gt;E_IPSEC_UA_TYPE_OMD&lt;/div&gt;" vertex="1">
          <mxGeometry height="50" width="200" x="2216" y="430" as="geometry" />
        </mxCell>
        <mxCell id="NGHdp_gngWH9yrq0Q0_0-17" edge="1" parent="1" source="NGHdp_gngWH9yrq0Q0_0-8" style="edgeStyle=orthogonalEdgeStyle;rounded=0;orthogonalLoop=1;jettySize=auto;html=1;exitX=0.5;exitY=1;exitDx=0;exitDy=0;entryX=0.5;entryY=0;entryDx=0;entryDy=0;" target="NGHdp_gngWH9yrq0Q0_0-16">
          <mxGeometry relative="1" as="geometry" />
        </mxCell>
        <mxCell id="NGHdp_gngWH9yrq0Q0_0-8" parent="1" style="rounded=1;whiteSpace=wrap;html=1;" value="&lt;b&gt;&lt;font style=&quot;color: light-dark(rgb(0, 0, 0), rgb(255, 0, 0));&quot;&gt;sip_status_code = 406&lt;/font&gt;&lt;/b&gt;" vertex="1">
          <mxGeometry height="35" width="140" x="1981" y="565" as="geometry" />
        </mxCell>
        <mxCell id="NGHdp_gngWH9yrq0Q0_0-18" edge="1" parent="1" source="NGHdp_gngWH9yrq0Q0_0-9" style="edgeStyle=orthogonalEdgeStyle;rounded=0;orthogonalLoop=1;jettySize=auto;html=1;exitX=0.5;exitY=1;exitDx=0;exitDy=0;entryX=0.5;entryY=0;entryDx=0;entryDy=0;" target="NGHdp_gngWH9yrq0Q0_0-16">
          <mxGeometry relative="1" as="geometry" />
        </mxCell>
        <mxCell id="NGHdp_gngWH9yrq0Q0_0-9" parent="1" style="rounded=1;whiteSpace=wrap;html=1;" value="sip_status_code = OTHER CODE" vertex="1">
          <mxGeometry height="35" width="210" x="2181" y="565" as="geometry" />
        </mxCell>
        <mxCell id="NGHdp_gngWH9yrq0Q0_0-11" edge="1" parent="1" source="NGHdp_gngWH9yrq0Q0_0-3" style="edgeStyle=orthogonalEdgeStyle;rounded=0;orthogonalLoop=1;jettySize=auto;html=1;exitX=1;exitY=0.5;exitDx=0;exitDy=0;entryX=0.5;entryY=0;entryDx=0;entryDy=0;strokeWidth=2;strokeColor=light-dark(#FF0000,#FF0000);" target="NGHdp_gngWH9yrq0Q0_0-9">
          <mxGeometry relative="1" as="geometry">
            <Array as="points">
              <mxPoint x="2151" y="500" />
              <mxPoint x="2285" y="500" />
              <mxPoint x="2285" y="565" />
            </Array>
          </mxGeometry>
        </mxCell>
        <mxCell id="NGHdp_gngWH9yrq0Q0_0-12" edge="1" parent="1" source="NGHdp_gngWH9yrq0Q0_0-4" style="edgeStyle=orthogonalEdgeStyle;rounded=0;orthogonalLoop=1;jettySize=auto;html=1;exitX=1;exitY=0.5;exitDx=0;exitDy=0;entryX=0.5;entryY=0;entryDx=0;entryDy=0;strokeColor=light-dark(#FF0000,#FF0000);strokeWidth=2;" target="NGHdp_gngWH9yrq0Q0_0-9" value="&amp;nbsp;NO&amp;nbsp;">
          <mxGeometry relative="1" x="0.5357" as="geometry">
            <mxPoint as="offset" />
            <Array as="points">
              <mxPoint x="2436" y="455" />
              <mxPoint x="2436" y="500" />
              <mxPoint x="2286" y="500" />
            </Array>
          </mxGeometry>
        </mxCell>
        <mxCell id="NGHdp_gngWH9yrq0Q0_0-15" edge="1" parent="1" source="NGHdp_gngWH9yrq0Q0_0-4" style="edgeStyle=orthogonalEdgeStyle;rounded=0;orthogonalLoop=1;jettySize=auto;html=1;exitX=0.5;exitY=1;exitDx=0;exitDy=0;entryX=0.5;entryY=0;entryDx=0;entryDy=0;strokeColor=#00FF00;strokeWidth=2;" target="NGHdp_gngWH9yrq0Q0_0-8">
          <mxGeometry relative="1" as="geometry">
            <Array as="points">
              <mxPoint x="2316" y="523" />
              <mxPoint x="2051" y="523" />
            </Array>
          </mxGeometry>
        </mxCell>
        <mxCell id="NGHdp_gngWH9yrq0Q0_0-13" edge="1" parent="1" source="NGHdp_gngWH9yrq0Q0_0-1" style="edgeStyle=orthogonalEdgeStyle;rounded=0;orthogonalLoop=1;jettySize=auto;html=1;exitX=0.5;exitY=1;exitDx=0;exitDy=0;entryX=0.5;entryY=0;entryDx=0;entryDy=0;strokeColor=light-dark(#00FF00,#00FF00);strokeWidth=2;" target="NGHdp_gngWH9yrq0Q0_0-8" value="&amp;nbsp;YES&amp;nbsp;">
          <mxGeometry relative="1" x="0.7343" as="geometry">
            <mxPoint as="offset" />
          </mxGeometry>
        </mxCell>
        <mxCell id="NGHdp_gngWH9yrq0Q0_0-16" parent="1" style="rounded=1;whiteSpace=wrap;html=1;" value="mregx_local_resp_proc" vertex="1">
          <mxGeometry height="30" width="160" x="1971" y="670" as="geometry" />
        </mxCell>
+         <mxCell id="NGHdp_gngWH9yrq0Q0_0-21" edge="1" parent="1" source="NGHdp_gngWH9yrq0Q0_0-22" style="edgeStyle=none;curved=1;rounded=0;orthogonalLoop=1;jettySize=auto;html=1;exitX=0.5;exitY=1;exitDx=0;exitDy=0;entryX=0.5;entryY=0;entryDx=0;entryDy=0;fontSize=12;startSize=8;endSize=8;" target="NGHdp_gngWH9yrq0Q0_0-24">
+           <mxGeometry relative="1" as="geometry" />
+         </mxCell>
+         <mxCell id="NGHdp_gngWH9yrq0Q0_0-22" parent="1" style="rounded=1;whiteSpace=wrap;html=1;" value="mregx_ipsec_ipc_resp_proc" vertex="1">
+           <mxGeometry height="30" width="162" x="2919" y="80" as="geometry" />
+         </mxCell>
+         <mxCell id="NGHdp_gngWH9yrq0Q0_0-23" edge="1" parent="1" source="NGHdp_gngWH9yrq0Q0_0-24" style="edgeStyle=none;curved=1;rounded=0;orthogonalLoop=1;jettySize=auto;html=1;exitX=0.5;exitY=1;exitDx=0;exitDy=0;entryX=0.5;entryY=0;entryDx=0;entryDy=0;fontSize=12;startSize=8;endSize=8;" target="NGHdp_gngWH9yrq0Q0_0-27">
+           <mxGeometry relative="1" as="geometry" />
+         </mxCell>
+         <mxCell id="NGHdp_gngWH9yrq0Q0_0-24" parent="1" style="rhombus;whiteSpace=wrap;html=1;" value="e_ipsec_result != E_IPSEC_RES_SUCC" vertex="1">
+           <mxGeometry height="50" width="290" x="2855" y="160" as="geometry" />
+         </mxCell>
+         <mxCell id="NGHdp_gngWH9yrq0Q0_0-25" edge="1" parent="1" source="NGHdp_gngWH9yrq0Q0_0-27" style="edgeStyle=orthogonalEdgeStyle;rounded=0;orthogonalLoop=1;jettySize=auto;html=1;exitX=0.5;exitY=1;exitDx=0;exitDy=0;entryX=0.5;entryY=0;entryDx=0;entryDy=0;fontSize=12;startSize=8;endSize=8;" target="NGHdp_gngWH9yrq0Q0_0-31">
+           <mxGeometry relative="1" as="geometry" />
+         </mxCell>
+         <mxCell id="NGHdp_gngWH9yrq0Q0_0-26" edge="1" parent="1" source="NGHdp_gngWH9yrq0Q0_0-27" style="edgeStyle=orthogonalEdgeStyle;rounded=0;orthogonalLoop=1;jettySize=auto;html=1;exitX=0.5;exitY=1;exitDx=0;exitDy=0;entryX=0.5;entryY=0;entryDx=0;entryDy=0;fontSize=12;startSize=8;endSize=8;" target="NGHdp_gngWH9yrq0Q0_0-33">
+           <mxGeometry relative="1" as="geometry" />
+         </mxCell>
+         <mxCell id="NGHdp_gngWH9yrq0Q0_0-27" parent="1" style="rhombus;whiteSpace=wrap;html=1;" value="e_ipsec_result" vertex="1">
+           <mxGeometry height="40" width="122" x="2939" y="260" as="geometry" />
+         </mxCell>
+         <mxCell id="NGHdp_gngWH9yrq0Q0_0-28" edge="1" parent="1" source="NGHdp_gngWH9yrq0Q0_0-29" style="edgeStyle=orthogonalEdgeStyle;rounded=0;orthogonalLoop=1;jettySize=auto;html=1;exitX=0.5;exitY=1;exitDx=0;exitDy=0;entryX=0.5;entryY=0;entryDx=0;entryDy=0;" target="NGHdp_gngWH9yrq0Q0_0-36">
+           <mxGeometry relative="1" as="geometry" />
+         </mxCell>
+         <mxCell id="NGHdp_gngWH9yrq0Q0_0-29" parent="1" style="rounded=1;whiteSpace=wrap;html=1;" value="E_IPSEC_RES_FAIL_PORT_DUP" vertex="1">
+           <mxGeometry height="30" width="210" x="2630" y="350" as="geometry" />
+         </mxCell>
+         <mxCell id="NGHdp_gngWH9yrq0Q0_0-30" edge="1" parent="1" source="NGHdp_gngWH9yrq0Q0_0-31" style="edgeStyle=orthogonalEdgeStyle;rounded=0;orthogonalLoop=1;jettySize=auto;html=1;exitX=0.5;exitY=1;exitDx=0;exitDy=0;entryX=0.5;entryY=0;entryDx=0;entryDy=0;" target="NGHdp_gngWH9yrq0Q0_0-38">
+           <mxGeometry relative="1" as="geometry" />
+         </mxCell>
+         <mxCell id="NGHdp_gngWH9yrq0Q0_0-31" parent="1" style="rounded=1;whiteSpace=wrap;html=1;" value="E_IPSEC_RES_FAIL_SPI_DUP" vertex="1">
+           <mxGeometry height="30" width="200" x="2870" y="350" as="geometry" />
+         </mxCell>
+         <mxCell id="NGHdp_gngWH9yrq0Q0_0-32" edge="1" parent="1" source="NGHdp_gngWH9yrq0Q0_0-33" style="edgeStyle=orthogonalEdgeStyle;rounded=0;orthogonalLoop=1;jettySize=auto;html=1;exitX=0.5;exitY=1;exitDx=0;exitDy=0;entryX=0.5;entryY=0;entryDx=0;entryDy=0;" target="NGHdp_gngWH9yrq0Q0_0-39">
+           <mxGeometry relative="1" as="geometry" />
+         </mxCell>
+         <mxCell id="NGHdp_gngWH9yrq0Q0_0-33" parent="1" style="rounded=1;whiteSpace=wrap;html=1;" value="E_IPSEC_RES_FAIL_PORT_C_OVER_CNT" vertex="1">
+           <mxGeometry height="30" width="270" x="3100" y="350" as="geometry" />
+         </mxCell>
+         <mxCell id="NGHdp_gngWH9yrq0Q0_0-34" edge="1" parent="1" source="NGHdp_gngWH9yrq0Q0_0-27" style="endArrow=classic;html=1;rounded=0;fontSize=12;startSize=8;endSize=8;exitX=0.5;exitY=1;exitDx=0;exitDy=0;entryX=0.5;entryY=0;entryDx=0;entryDy=0;edgeStyle=orthogonalEdgeStyle;" target="NGHdp_gngWH9yrq0Q0_0-29" value="">
+           <mxGeometry height="50" relative="1" width="50" as="geometry">
+             <mxPoint x="2839" y="280" as="sourcePoint" />
+             <mxPoint x="2889" y="230" as="targetPoint" />
+           </mxGeometry>
+         </mxCell>
+         <mxCell id="NGHdp_gngWH9yrq0Q0_0-35" edge="1" parent="1" source="NGHdp_gngWH9yrq0Q0_0-36" style="edgeStyle=orthogonalEdgeStyle;rounded=0;orthogonalLoop=1;jettySize=auto;html=1;exitX=1;exitY=0.5;exitDx=0;exitDy=0;entryX=0.5;entryY=0;entryDx=0;entryDy=0;strokeColor=light-dark(#FF0000,#FF0000);strokeWidth=2;" target="NGHdp_gngWH9yrq0Q0_0-43">
+           <mxGeometry relative="1" as="geometry">
+             <Array as="points">
+               <mxPoint x="2835" y="500" />
+               <mxPoint x="3205" y="500" />
+             </Array>
+           </mxGeometry>
+         </mxCell>
+         <mxCell id="NGHdp_gngWH9yrq0Q0_0-36" parent="1" style="rhombus;whiteSpace=wrap;html=1;" value="e_ipsec_ua_type !=&amp;nbsp;&lt;div&gt;E_IPSEC_UA_TYPE_OMD&lt;/div&gt;" vertex="1">
+           <mxGeometry height="50" width="200" x="2635" y="430" as="geometry" />
+         </mxCell>
+         <mxCell id="NGHdp_gngWH9yrq0Q0_0-37" edge="1" parent="1" source="NGHdp_gngWH9yrq0Q0_0-38" style="edgeStyle=orthogonalEdgeStyle;rounded=0;orthogonalLoop=1;jettySize=auto;html=1;exitX=0.5;exitY=1;exitDx=0;exitDy=0;entryX=0.5;entryY=0;entryDx=0;entryDy=0;strokeColor=light-dark(#00FF00,#00FF00);strokeWidth=2;" target="NGHdp_gngWH9yrq0Q0_0-41">
+           <mxGeometry relative="1" as="geometry">
+             <mxPoint x="2989" y="540" as="targetPoint" />
+           </mxGeometry>
+         </mxCell>
+         <mxCell id="NGHdp_gngWH9yrq0Q0_0-38" parent="1" style="rhombus;whiteSpace=wrap;html=1;" value="e_ipsec_ua_type !=&amp;nbsp;&lt;div&gt;E_IPSEC_UA_TYPE_OMD&lt;/div&gt;" vertex="1">
+           <mxGeometry height="50" width="200" x="2870" y="430" as="geometry" />
+         </mxCell>
+         <mxCell id="NGHdp_gngWH9yrq0Q0_0-39" parent="1" style="rhombus;whiteSpace=wrap;html=1;" value="e_ipsec_ua_type !=&amp;nbsp;&lt;div&gt;E_IPSEC_UA_TYPE_OMD&lt;/div&gt;" vertex="1">
+           <mxGeometry height="50" width="200" x="3135" y="430" as="geometry" />
+         </mxCell>
+         <mxCell id="NGHdp_gngWH9yrq0Q0_0-40" edge="1" parent="1" source="NGHdp_gngWH9yrq0Q0_0-41" style="edgeStyle=orthogonalEdgeStyle;rounded=0;orthogonalLoop=1;jettySize=auto;html=1;exitX=0.5;exitY=1;exitDx=0;exitDy=0;entryX=0.5;entryY=0;entryDx=0;entryDy=0;" target="NGHdp_gngWH9yrq0Q0_0-48">
+           <mxGeometry relative="1" as="geometry" />
+         </mxCell>
+         <mxCell id="NGHdp_gngWH9yrq0Q0_0-41" parent="1" style="rounded=1;whiteSpace=wrap;html=1;" value="&lt;b&gt;&lt;font style=&quot;color: light-dark(rgb(0, 0, 0), rgb(255, 0, 0));&quot;&gt;냐ㅔ&lt;/font&gt;&lt;/b&gt;" vertex="1">
+           <mxGeometry height="35" width="140" x="2730" y="567" as="geometry" />
+         </mxCell>
+         <mxCell id="NGHdp_gngWH9yrq0Q0_0-42" edge="1" parent="1" source="NGHdp_gngWH9yrq0Q0_0-43" style="edgeStyle=orthogonalEdgeStyle;rounded=0;orthogonalLoop=1;jettySize=auto;html=1;exitX=0.5;exitY=1;exitDx=0;exitDy=0;entryX=0.5;entryY=0;entryDx=0;entryDy=0;" target="NGHdp_gngWH9yrq0Q0_0-48">
+           <mxGeometry relative="1" as="geometry" />
+         </mxCell>
+         <mxCell id="NGHdp_gngWH9yrq0Q0_0-43" parent="1" style="rounded=1;whiteSpace=wrap;html=1;" value="sip_status_code = OTHER CODE" vertex="1">
+           <mxGeometry height="35" width="210" x="3100" y="565" as="geometry" />
+         </mxCell>
+         <mxCell id="NGHdp_gngWH9yrq0Q0_0-44" edge="1" parent="1" source="NGHdp_gngWH9yrq0Q0_0-38" style="edgeStyle=orthogonalEdgeStyle;rounded=0;orthogonalLoop=1;jettySize=auto;html=1;exitX=1;exitY=0.5;exitDx=0;exitDy=0;entryX=0.5;entryY=0;entryDx=0;entryDy=0;strokeWidth=2;strokeColor=light-dark(#FF0000,#FF0000);" target="NGHdp_gngWH9yrq0Q0_0-43">
+           <mxGeometry relative="1" as="geometry">
+             <Array as="points">
+               <mxPoint x="3070" y="500" />
+               <mxPoint x="3204" y="500" />
+               <mxPoint x="3204" y="565" />
+             </Array>
+           </mxGeometry>
+         </mxCell>
+         <mxCell id="NGHdp_gngWH9yrq0Q0_0-45" edge="1" parent="1" source="NGHdp_gngWH9yrq0Q0_0-39" style="edgeStyle=orthogonalEdgeStyle;rounded=0;orthogonalLoop=1;jettySize=auto;html=1;exitX=1;exitY=0.5;exitDx=0;exitDy=0;entryX=0.5;entryY=0;entryDx=0;entryDy=0;strokeColor=light-dark(#FF0000,#FF0000);strokeWidth=2;" target="NGHdp_gngWH9yrq0Q0_0-43" value="&amp;nbsp;NO&amp;nbsp;">
+           <mxGeometry relative="1" x="0.5357" as="geometry">
+             <mxPoint as="offset" />
+             <Array as="points">
+               <mxPoint x="3355" y="455" />
+               <mxPoint x="3355" y="500" />
+               <mxPoint x="3205" y="500" />
+             </Array>
+           </mxGeometry>
+         </mxCell>
+         <mxCell id="NGHdp_gngWH9yrq0Q0_0-46" edge="1" parent="1" source="NGHdp_gngWH9yrq0Q0_0-39" style="edgeStyle=orthogonalEdgeStyle;rounded=0;orthogonalLoop=1;jettySize=auto;html=1;exitX=0.5;exitY=1;exitDx=0;exitDy=0;entryX=0.5;entryY=0;entryDx=0;entryDy=0;strokeColor=#00FF00;strokeWidth=2;" target="NGHdp_gngWH9yrq0Q0_0-41">
+           <mxGeometry relative="1" as="geometry">
+             <Array as="points">
+               <mxPoint x="3235" y="523" />
+               <mxPoint x="2800" y="523" />
+             </Array>
+           </mxGeometry>
+         </mxCell>
+         <mxCell id="NGHdp_gngWH9yrq0Q0_0-47" edge="1" parent="1" source="NGHdp_gngWH9yrq0Q0_0-36" style="edgeStyle=orthogonalEdgeStyle;rounded=0;orthogonalLoop=1;jettySize=auto;html=1;exitX=0.5;exitY=1;exitDx=0;exitDy=0;entryX=0.5;entryY=0;entryDx=0;entryDy=0;strokeColor=light-dark(#00FF00,#00FF00);strokeWidth=2;" target="NGHdp_gngWH9yrq0Q0_0-41" value="&amp;nbsp;YES&amp;nbsp;">
+           <mxGeometry relative="1" x="0.4268" as="geometry">
+             <mxPoint as="offset" />
+           </mxGeometry>
+         </mxCell>
+         <mxCell id="NGHdp_gngWH9yrq0Q0_0-48" parent="1" style="rounded=1;whiteSpace=wrap;html=1;" value="mregx_local_resp_proc" vertex="1">
+           <mxGeometry height="30" width="160" x="2890" y="670" as="geometry" />
+         </mxCell>
      </root>
    </mxGraphModel>
  </diagram>
</mxfile>
